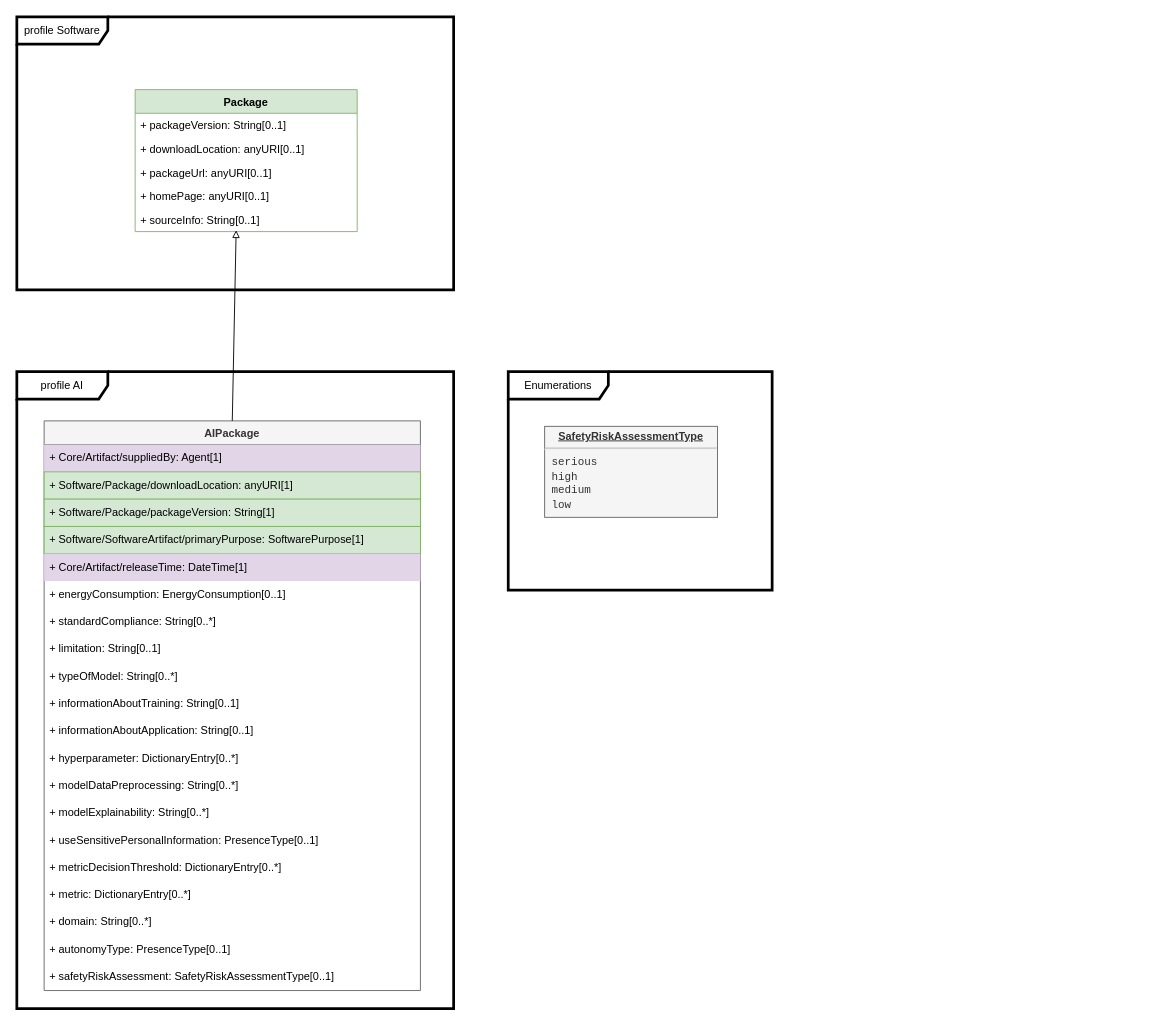
This is page "AI" (8 of 11) of model.drawio from spdx/spdx-3-model, a draw.io file, before an edit. Source tidied: cells renumbered, new cells numbered last; positions are measured from the earlier drawing's top-left corner, leaving out a move shared by most shapes. Both pictures are drawn from the tidied source at 91%, with x=0, y=0 at pixel (16, 16).
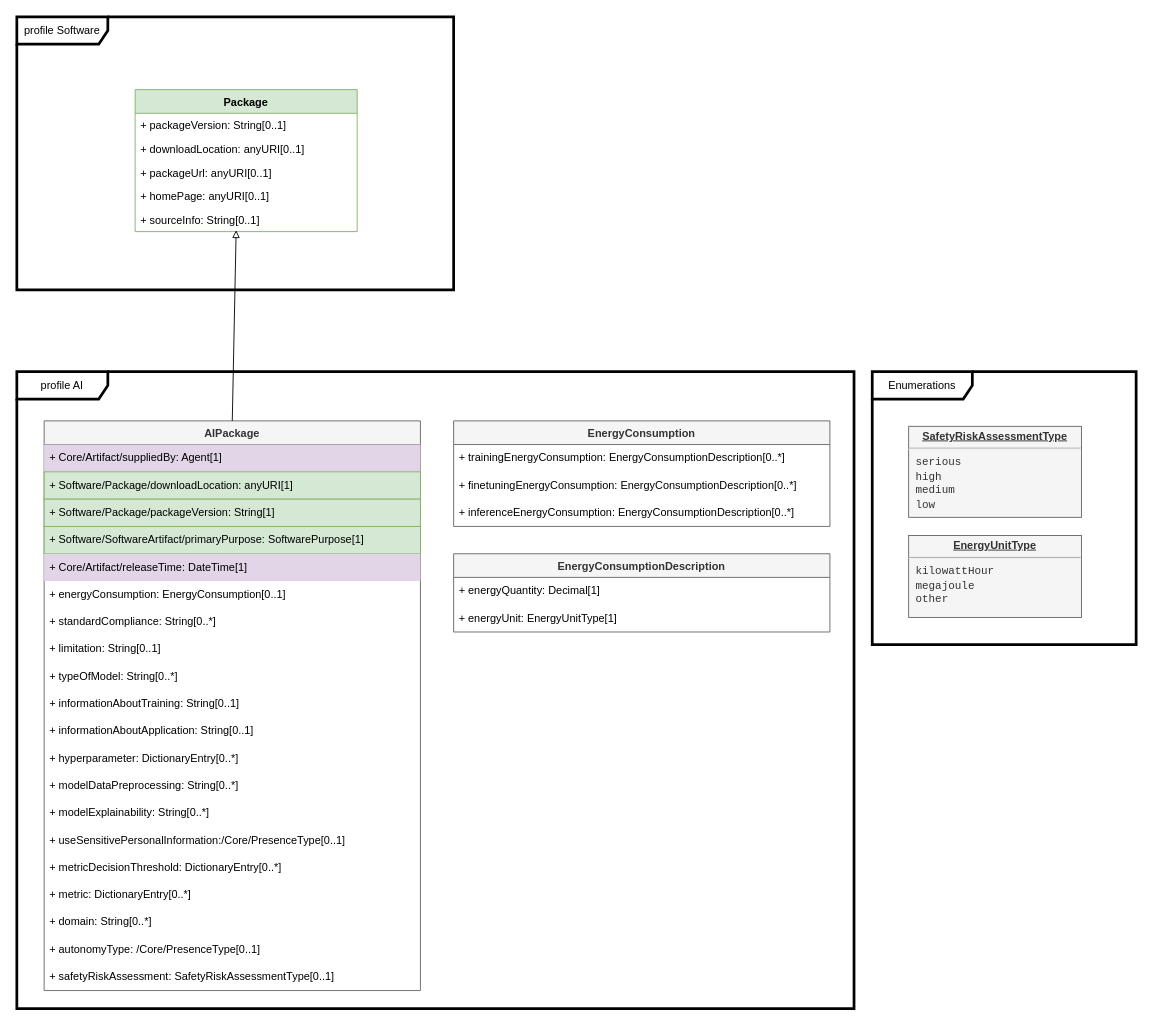
After the change.

The change refers to these unchanged cells:
```xml
<mxCell id="10" value="AIPackage" style="swimlane;fontStyle=1;horizontal=1;startSize=26;fillColor=#f5f5f5;strokeColor=#666666;fontColor=#333333;" parent="1" vertex="1">
  <mxGeometry x="30" y="444" width="413.5" height="626" as="geometry" />
</mxCell>
```

The edit, as a diff of the source:
```diff
@@
     <mxCell id="9" value="profile AI" style="shape=umlFrame;whiteSpace=wrap;html=1;width=100;height=30;strokeWidth=3;" parent="1" vertex="1">
-      <mxGeometry y="390" width="480" height="700" as="geometry" />
+      <mxGeometry y="390" width="920" height="700" as="geometry" />
     </mxCell>
@@
-    <mxCell id="25" value="+ useSensitivePersonalInformation: PresenceType[0..1]" style="text;strokeColor=none;fillColor=none;align=left;verticalAlign=middle;spacingLeft=4;spacingRight=4;overflow=hidden;whiteSpace=wrap;html=1;" parent="10" vertex="1">
+    <mxCell id="25" value="+ useSensitivePersonalInformation:/Core/PresenceType[0..1]" style="text;strokeColor=none;fillColor=none;align=left;verticalAlign=middle;spacingLeft=4;spacingRight=4;overflow=hidden;whiteSpace=wrap;html=1;" parent="10" vertex="1">
       <mxGeometry y="446" width="413.5" height="30" as="geometry" />
     </mxCell>
@@
-    <mxCell id="29" value="+ autonomyType: PresenceType[0..1]" style="text;strokeColor=none;fillColor=none;align=left;verticalAlign=middle;spacingLeft=4;spacingRight=4;overflow=hidden;whiteSpace=wrap;html=1;" parent="10" vertex="1">
+    <mxCell id="29" value="+ autonomyType: /Core/PresenceType[0..1]" style="text;strokeColor=none;fillColor=none;align=left;verticalAlign=middle;spacingLeft=4;spacingRight=4;overflow=hidden;whiteSpace=wrap;html=1;" parent="10" vertex="1">
       <mxGeometry y="566" width="413.5" height="30" as="geometry" />
     </mxCell>
@@
     <mxCell id="32" value="Enumerations" style="shape=umlFrame;whiteSpace=wrap;html=1;width=110;height=30;strokeWidth=3;" parent="1" vertex="1">
-      <mxGeometry x="540" y="390" width="290" height="240" as="geometry" />
+      <mxGeometry x="940" y="390" width="290" height="300" as="geometry" />
     </mxCell>
     <mxCell id="33" value="&lt;p style=&quot;margin: 0px ; margin-top: 4px ; text-align: center ; text-decoration: underline&quot;&gt;&lt;b&gt;SafetyRiskAssessmentType&lt;/b&gt;&lt;/p&gt;&lt;hr&gt;&lt;p style=&quot;margin: 0px ; margin-left: 8px&quot;&gt;&lt;font face=&quot;Courier New&quot;&gt;serious&lt;/font&gt;&lt;/p&gt;&lt;p style=&quot;margin: 0px ; margin-left: 8px&quot;&gt;&lt;font face=&quot;Courier New&quot;&gt;high&lt;/font&gt;&lt;/p&gt;&lt;p style=&quot;margin: 0px ; margin-left: 8px&quot;&gt;&lt;font face=&quot;Courier New&quot;&gt;medium&lt;/font&gt;&lt;/p&gt;&lt;p style=&quot;margin: 0px ; margin-left: 8px&quot;&gt;&lt;font face=&quot;Courier New&quot;&gt;low&lt;/font&gt;&lt;/p&gt;" style="verticalAlign=top;align=left;overflow=fill;fontSize=12;fontFamily=Helvetica;html=1;fillColor=#f5f5f5;strokeColor=#666666;fontColor=#333333;" parent="1" vertex="1">
-      <mxGeometry x="580" y="450" width="190" height="100" as="geometry" />
+      <mxGeometry x="980" y="450" width="190" height="100" as="geometry" />
     </mxCell>
+    <mxCell id="34" value="EnergyConsumption" style="swimlane;fontStyle=1;horizontal=1;startSize=26;fillColor=#f5f5f5;strokeColor=#666666;fontColor=#333333;" parent="1" vertex="1">
+      <mxGeometry x="480" y="444" width="413.5" height="116" as="geometry" />
+    </mxCell>
+    <mxCell id="35" value="+ trainingEnergyConsumption: EnergyConsumptionDescription[0..*]" style="text;strokeColor=none;fillColor=none;align=left;verticalAlign=middle;spacingLeft=4;spacingRight=4;overflow=hidden;whiteSpace=wrap;html=1;" parent="34" vertex="1">
+      <mxGeometry y="26" width="413.5" height="30" as="geometry" />
+    </mxCell>
+    <mxCell id="36" value="+ finetuningEnergyConsumption: EnergyConsumptionDescription[0..*]" style="text;strokeColor=none;fillColor=none;align=left;verticalAlign=middle;spacingLeft=4;spacingRight=4;overflow=hidden;whiteSpace=wrap;html=1;" parent="34" vertex="1">
+      <mxGeometry y="56" width="413.5" height="30" as="geometry" />
+    </mxCell>
+    <mxCell id="37" value="+ inferenceEnergyConsumption: EnergyConsumptionDescription[0..*]" style="text;strokeColor=none;fillColor=none;align=left;verticalAlign=middle;spacingLeft=4;spacingRight=4;overflow=hidden;whiteSpace=wrap;html=1;" parent="34" vertex="1">
+      <mxGeometry y="86" width="413.5" height="30" as="geometry" />
+    </mxCell>
+    <mxCell id="38" value="EnergyConsumptionDescription" style="swimlane;fontStyle=1;horizontal=1;startSize=26;fillColor=#f5f5f5;strokeColor=#666666;fontColor=#333333;" parent="1" vertex="1">
+      <mxGeometry x="480" y="590" width="413.5" height="86" as="geometry" />
+    </mxCell>
+    <mxCell id="39" value="+ energyQuantity: Decimal[1]" style="text;strokeColor=none;fillColor=none;align=left;verticalAlign=middle;spacingLeft=4;spacingRight=4;overflow=hidden;whiteSpace=wrap;html=1;" parent="38" vertex="1">
+      <mxGeometry y="26" width="413.5" height="30" as="geometry" />
+    </mxCell>
+    <mxCell id="40" value="+ energyUnit: EnergyUnitType[1]" style="text;strokeColor=none;fillColor=none;align=left;verticalAlign=middle;spacingLeft=4;spacingRight=4;overflow=hidden;whiteSpace=wrap;html=1;" parent="38" vertex="1">
+      <mxGeometry y="56" width="413.5" height="30" as="geometry" />
+    </mxCell>
+    <mxCell id="41" value="&lt;p style=&quot;margin: 0px ; margin-top: 4px ; text-align: center ; text-decoration: underline&quot;&gt;&lt;b&gt;EnergyUnitType&lt;/b&gt;&lt;/p&gt;&lt;hr&gt;&lt;p style=&quot;margin: 0px ; margin-left: 8px&quot;&gt;&lt;font face=&quot;Courier New&quot;&gt;kilowattHour&lt;/font&gt;&lt;/p&gt;&lt;p style=&quot;margin: 0px ; margin-left: 8px&quot;&gt;&lt;font face=&quot;Courier New&quot;&gt;megajoule&lt;/font&gt;&lt;/p&gt;&lt;p style=&quot;margin: 0px ; margin-left: 8px&quot;&gt;&lt;font face=&quot;Courier New&quot;&gt;other&lt;/font&gt;&lt;/p&gt;" style="verticalAlign=top;align=left;overflow=fill;fontSize=12;fontFamily=Helvetica;html=1;fillColor=#f5f5f5;strokeColor=#666666;fontColor=#333333;" parent="1" vertex="1">
+      <mxGeometry x="980" y="570" width="190" height="90" as="geometry" />
+    </mxCell>
```
